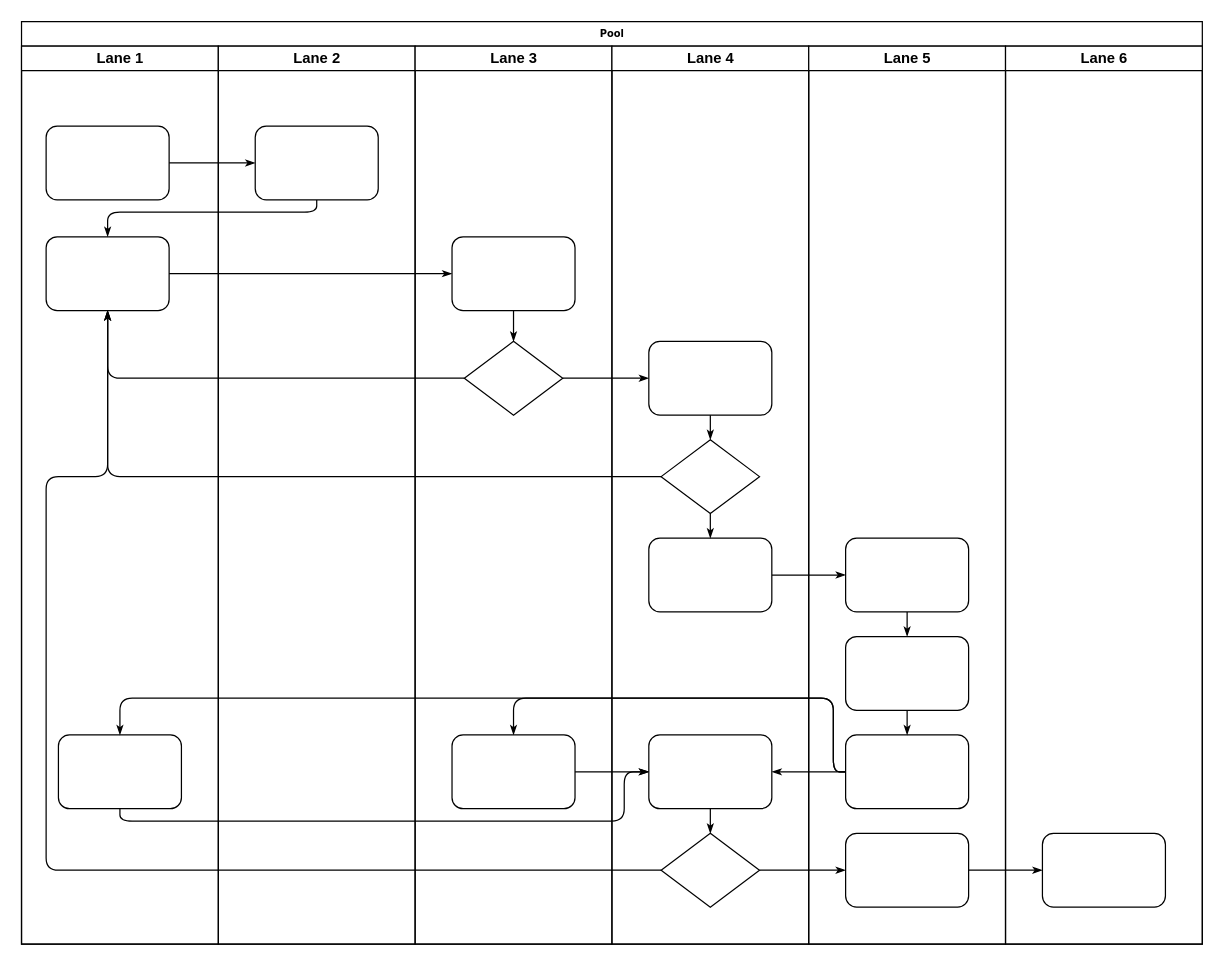
Earlier version of the draw.io diagram biz_flow/大数据平台工作流一键重跑设计.drawio (hlld3344/diagrams). Source tidied: cells renumbered, new cells numbered last; positions are measured from the earlier drawing's top-left corner, leaving out a move shared by most shapes. Both pictures are drawn from the tidied source at 123%, with x=0, y=0 at pixel (21, 21).
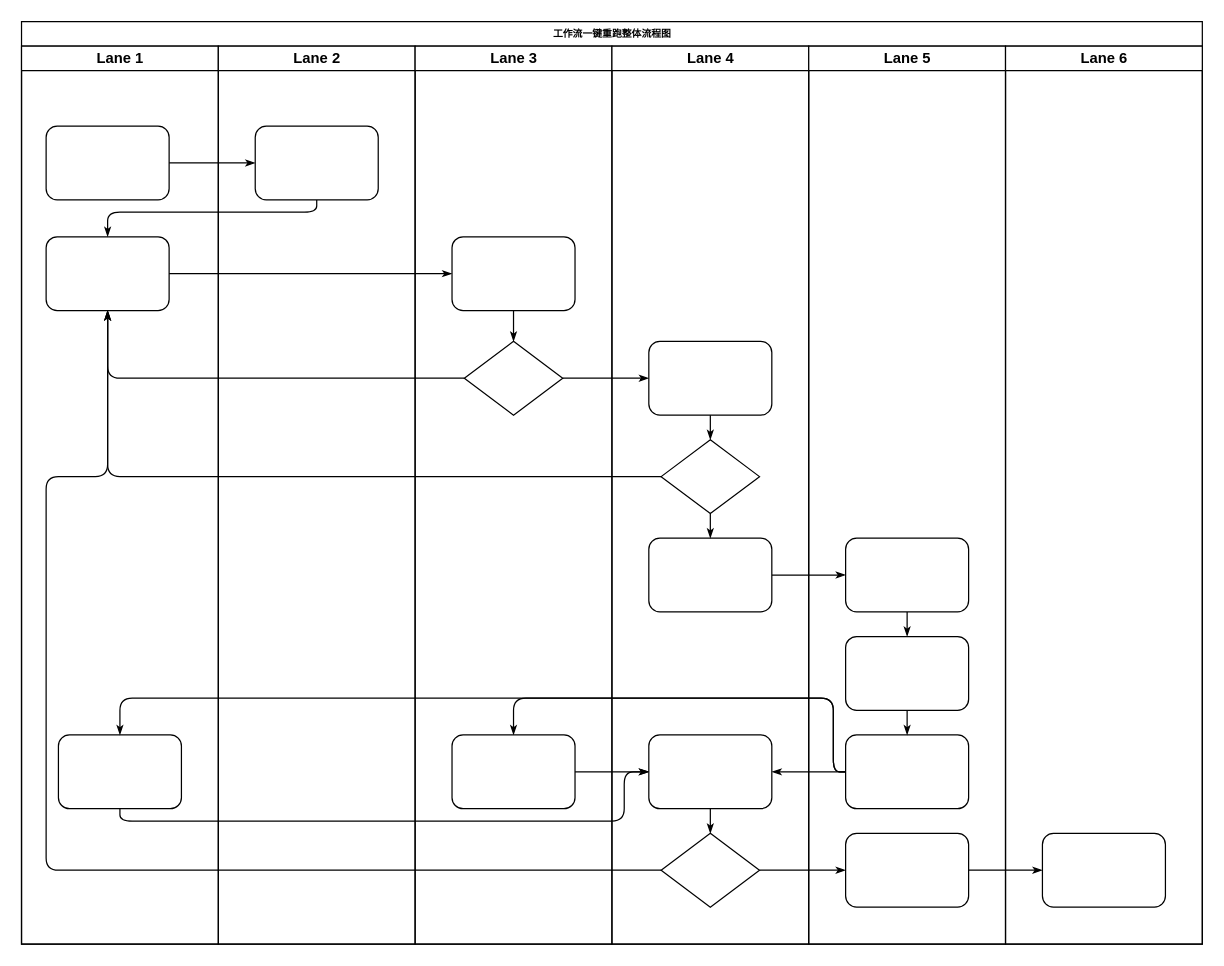
The same page after the edit.

Commit message:
overall flowchart init

The edit, as a diff of the source:
```diff
@@
-    <mxCell id="2" value="Pool" style="swimlane;html=1;startSize=20;rounded=0;shadow=0;labelBackgroundColor=none;strokeWidth=1;fontFamily=Verdana;fontSize=8;align=center;" parent="1" vertex="1">
+    <mxCell id="2" value="工作流一键重跑整体流程图" style="swimlane;html=1;startSize=20;rounded=0;shadow=0;labelBackgroundColor=none;strokeWidth=1;fontFamily=Verdana;fontSize=8;align=center;" parent="1" vertex="1">
       <mxGeometry width="960" height="750" as="geometry" />
     </mxCell>
```
